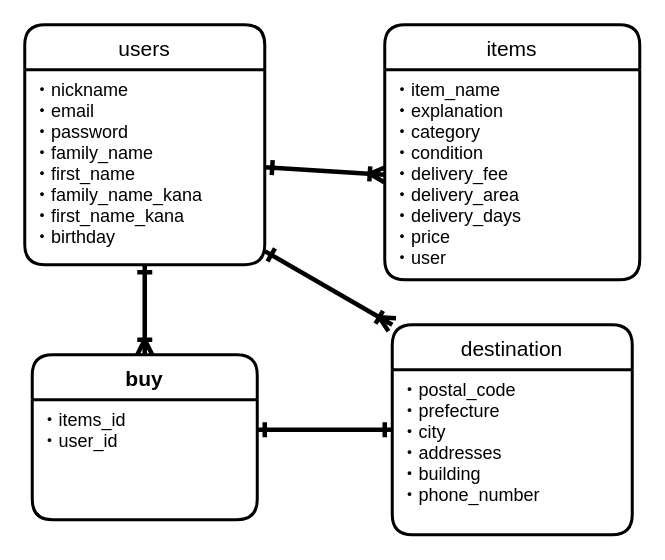
Above: furima.dio in akirausui19871117/furima-33829 (draw.io), before the change. Source tidied: cells renumbered, new cells numbered last; positions are measured from the earlier drawing's top-left corner, leaving out a move shared by most shapes. Both pictures are drawn from the tidied source at 150%, with x=0, y=0 at pixel (24, 24).
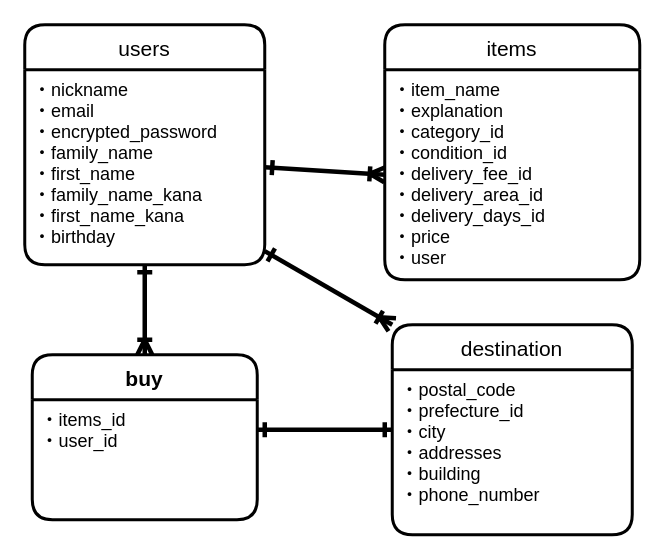
The same diagram, later.

Diff of the diagram source:
```diff
@@
 <mxGraphModel>
   <root>
     <mxCell id="0" />
     <mxCell id="1" parent="0" />
     <mxCell id="2" value="users" style="swimlane;horizontal=1;startSize=30;rounded=1;fontSize=14;fontStyle=0;strokeWidth=2;shadow=0;dashed=0;align=center;" parent="1" vertex="1">
       <mxGeometry width="160" height="160" as="geometry" />
     </mxCell>
-    <mxCell id="3" value="・nickname&#10;・email&#10;・password&#10;・family_name&#10;・first_name &#10;・family_name_kana&#10;・first_name_kana&#10;・birthday" style="align=left;strokeColor=none;fillColor=none;spacingLeft=4;fontSize=12;verticalAlign=top;" parent="2" vertex="1">
+    <mxCell id="3" value="・nickname&#10;・email&#10;・encrypted_password&#10;・family_name&#10;・first_name &#10;・family_name_kana&#10;・first_name_kana&#10;・birthday" style="align=left;strokeColor=none;fillColor=none;spacingLeft=4;fontSize=12;verticalAlign=top;" parent="2" vertex="1">
       <mxGeometry y="30" width="160" height="130" as="geometry" />
     </mxCell>
     <mxCell id="4" value="items" style="swimlane;horizontal=1;startSize=30;rounded=1;fontSize=14;fontStyle=0;strokeWidth=2;shadow=0;dashed=0;align=center;" parent="1" vertex="1">
       <mxGeometry x="240" width="170" height="170" as="geometry" />
     </mxCell>
-    <mxCell id="5" value="・item_name&#10;・explanation &#10;・category &#10;・condition &#10;・delivery_fee &#10;・delivery_area&#10;・delivery_days&#10;・price &#10;・user" style="align=left;strokeColor=none;fillColor=none;spacingLeft=4;fontSize=12;verticalAlign=top;" parent="4" vertex="1">
+    <mxCell id="5" value="・item_name&#10;・explanation &#10;・category_id&#10;・condition_id&#10;・delivery_fee_id &#10;・delivery_area_id&#10;・delivery_days_id&#10;・price &#10;・user" style="align=left;strokeColor=none;fillColor=none;spacingLeft=4;fontSize=12;verticalAlign=top;" parent="4" vertex="1">
       <mxGeometry y="30" width="170" height="140" as="geometry" />
     </mxCell>
     <mxCell id="6" style="edgeStyle=none;jettySize=auto;html=1;exitX=0.5;exitY=0;exitDx=0;exitDy=0;entryX=0.5;entryY=1;entryDx=0;entryDy=0;startArrow=ERoneToMany;startFill=0;endArrow=ERone;endFill=0;strokeWidth=3;fontSize=10;" parent="1" edge="1" source="7" target="3">
       <mxGeometry relative="1" as="geometry" />
     </mxCell>
     <mxCell id="7" value="buy" style="swimlane;horizontal=1;startSize=30;rounded=1;fontSize=14;fontStyle=1;strokeWidth=2;shadow=0;dashed=0;align=center;" parent="1" vertex="1">
       <mxGeometry x="5" y="220" width="150" height="110" as="geometry" />
     </mxCell>
     <mxCell id="8" value="・items_id&#10;・user_id&#10;" style="align=left;strokeColor=none;fillColor=none;spacingLeft=4;fontSize=12;verticalAlign=top;" parent="7" vertex="1">
       <mxGeometry y="30" width="150" height="80" as="geometry" />
     </mxCell>
     <mxCell id="9" style="edgeStyle=none;jettySize=auto;html=1;exitX=0;exitY=0;exitDx=0;exitDy=0;entryX=1;entryY=0.93;entryDx=0;entryDy=0;entryPerimeter=0;startArrow=ERoneToMany;startFill=0;endArrow=ERone;endFill=0;strokeWidth=3;fontSize=10;" parent="1" edge="1" source="11" target="3">
       <mxGeometry relative="1" as="geometry" />
     </mxCell>
     <mxCell id="10" style="edgeStyle=none;jettySize=auto;html=1;exitX=0;exitY=0.5;exitDx=0;exitDy=0;entryX=1;entryY=0.25;entryDx=0;entryDy=0;startArrow=ERone;startFill=0;endArrow=ERone;endFill=0;strokeWidth=3;fontSize=10;" parent="1" edge="1" source="11" target="8">
       <mxGeometry relative="1" as="geometry" />
     </mxCell>
     <mxCell id="11" value="destination" style="swimlane;horizontal=1;startSize=30;rounded=1;fontSize=14;fontStyle=0;strokeWidth=2;shadow=0;dashed=0;align=center;" parent="1" vertex="1">
       <mxGeometry x="245" y="200" width="160" height="140" as="geometry" />
     </mxCell>
-    <mxCell id="12" value="・postal_code&#10;・prefecture&#10;・city&#10;・addresses&#10;・building&#10;・phone_number&#10;" style="align=left;strokeColor=none;fillColor=none;spacingLeft=4;fontSize=12;verticalAlign=top;fontStyle=0;" parent="11" vertex="1">
+    <mxCell id="12" value="・postal_code&#10;・prefecture_id&#10;・city&#10;・addresses&#10;・building&#10;・phone_number&#10;" style="align=left;strokeColor=none;fillColor=none;spacingLeft=4;fontSize=12;verticalAlign=top;fontStyle=0;" parent="11" vertex="1">
       <mxGeometry y="30" width="160" height="110" as="geometry" />
     </mxCell>
     <mxCell id="13" style="edgeStyle=none;jettySize=auto;html=1;exitX=0;exitY=0.5;exitDx=0;exitDy=0;entryX=1;entryY=0.5;entryDx=0;entryDy=0;startArrow=ERoneToMany;startFill=0;endArrow=ERone;endFill=0;strokeWidth=3;fontSize=10;" parent="1" edge="1" source="5" target="3">
       <mxGeometry relative="1" as="geometry" />
     </mxCell>
   </root>
 </mxGraphModel>
```
